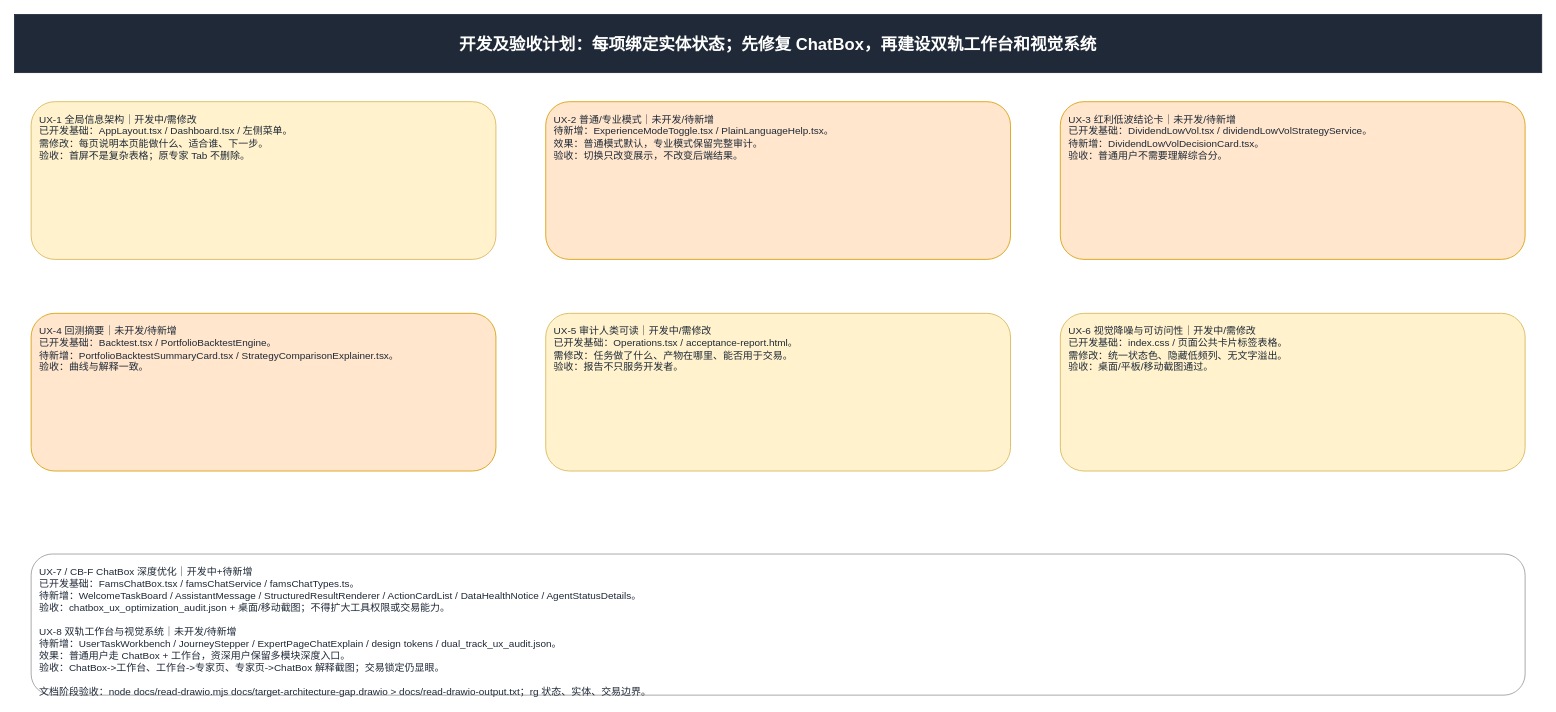
This is page "06 开发及验收计划" (6 of 8) of docs/target-architecture-gap.drawio from ljx418/FAMS, a draw.io file, before an edit. Source tidied: cells renumbered, new cells numbered last; positions are measured from the earlier drawing's top-left corner, leaving out a move shared by most shapes. Both pictures are drawn from the tidied source at 83%, with x=0, y=0 at pixel (14, 14).
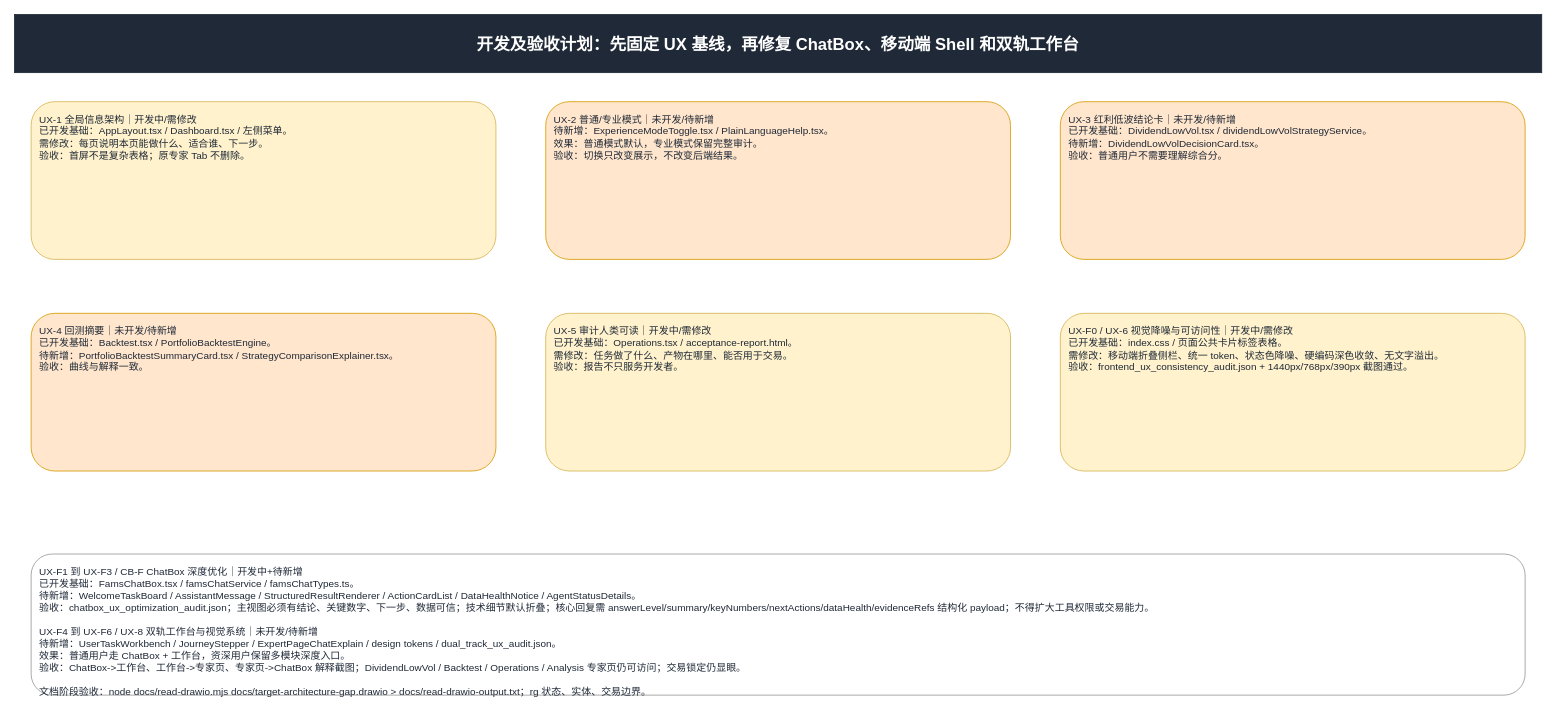
The same diagram, later.

What changed in the source:
```diff
@@
 <mxGraphModel>
   <root>
     <mxCell id="0" />
     <mxCell id="1" parent="0" />
-    <mxCell id="2" value="开发及验收计划：每项绑定实体状态；先修复 ChatBox，再建设双轨工作台和视觉系统" style="rounded=0;whiteSpace=wrap;html=1;fillColor=#1f2937;strokeColor=#1f2937;fontColor=#ffffff;fontStyle=1;fontSize=20;align=center;verticalAlign=middle;" parent="1" vertex="1">
+    <mxCell id="2" value="开发及验收计划：先固定 UX 基线，再修复 ChatBox、移动端 Shell 和双轨工作台" style="rounded=0;whiteSpace=wrap;html=1;fillColor=#1f2937;strokeColor=#1f2937;fontColor=#ffffff;fontStyle=1;fontSize=20;align=center;verticalAlign=middle;" parent="1" vertex="1">
       <mxGeometry width="1840" height="70" as="geometry" />
     </mxCell>
     <mxCell id="3" value="UX-1 全局信息架构｜开发中/需修改&#10;已开发基础：AppLayout.tsx / Dashboard.tsx / 左侧菜单。&#10;需修改：每页说明本页能做什么、适合谁、下一步。&#10;验收：首屏不是复杂表格；原专家 Tab 不删除。" style="rounded=1;whiteSpace=wrap;html=1;spacing=10;fontSize=12;align=left;verticalAlign=top;fillColor=#fff2cc;strokeColor=#d6b656;fontColor=#1f2937;" parent="1" vertex="1">
       <mxGeometry x="20" y="105" width="560" height="190" as="geometry" />
     </mxCell>
     <mxCell id="4" value="UX-2 普通/专业模式｜未开发/待新增&#10;待新增：ExperienceModeToggle.tsx / PlainLanguageHelp.tsx。&#10;效果：普通模式默认，专业模式保留完整审计。&#10;验收：切换只改变展示，不改变后端结果。" style="rounded=1;whiteSpace=wrap;html=1;spacing=10;fontSize=12;align=left;verticalAlign=top;fillColor=#ffe6cc;strokeColor=#d79b00;fontColor=#1f2937;" parent="1" vertex="1">
       <mxGeometry x="640" y="105" width="560" height="190" as="geometry" />
     </mxCell>
     <mxCell id="5" value="UX-3 红利低波结论卡｜未开发/待新增&#10;已开发基础：DividendLowVol.tsx / dividendLowVolStrategyService。&#10;待新增：DividendLowVolDecisionCard.tsx。&#10;验收：普通用户不需要理解综合分。" style="rounded=1;whiteSpace=wrap;html=1;spacing=10;fontSize=12;align=left;verticalAlign=top;fillColor=#ffe6cc;strokeColor=#d79b00;fontColor=#1f2937;" parent="1" vertex="1">
       <mxGeometry x="1260" y="105" width="560" height="190" as="geometry" />
     </mxCell>
     <mxCell id="6" value="UX-4 回测摘要｜未开发/待新增&#10;已开发基础：Backtest.tsx / PortfolioBacktestEngine。&#10;待新增：PortfolioBacktestSummaryCard.tsx / StrategyComparisonExplainer.tsx。&#10;验收：曲线与解释一致。" style="rounded=1;whiteSpace=wrap;html=1;spacing=10;fontSize=12;align=left;verticalAlign=top;fillColor=#ffe6cc;strokeColor=#d79b00;fontColor=#1f2937;" parent="1" vertex="1">
       <mxGeometry x="20" y="360" width="560" height="190" as="geometry" />
     </mxCell>
     <mxCell id="7" value="UX-5 审计人类可读｜开发中/需修改&#10;已开发基础：Operations.tsx / acceptance-report.html。&#10;需修改：任务做了什么、产物在哪里、能否用于交易。&#10;验收：报告不只服务开发者。" style="rounded=1;whiteSpace=wrap;html=1;spacing=10;fontSize=12;align=left;verticalAlign=top;fillColor=#fff2cc;strokeColor=#d6b656;fontColor=#1f2937;" parent="1" vertex="1">
       <mxGeometry x="640" y="360" width="560" height="190" as="geometry" />
     </mxCell>
-    <mxCell id="8" value="UX-6 视觉降噪与可访问性｜开发中/需修改&#10;已开发基础：index.css / 页面公共卡片标签表格。&#10;需修改：统一状态色、隐藏低频列、无文字溢出。&#10;验收：桌面/平板/移动截图通过。" style="rounded=1;whiteSpace=wrap;html=1;spacing=10;fontSize=12;align=left;verticalAlign=top;fillColor=#fff2cc;strokeColor=#d6b656;fontColor=#1f2937;" parent="1" vertex="1">
+    <mxCell id="8" value="UX-F0 / UX-6 视觉降噪与可访问性｜开发中/需修改&#10;已开发基础：index.css / 页面公共卡片标签表格。&#10;需修改：移动端折叠侧栏、统一 token、状态色降噪、硬编码深色收敛、无文字溢出。&#10;验收：frontend_ux_consistency_audit.json + 1440px/768px/390px 截图通过。" style="rounded=1;whiteSpace=wrap;html=1;spacing=10;fontSize=12;align=left;verticalAlign=top;fillColor=#fff2cc;strokeColor=#d6b656;fontColor=#1f2937;" parent="1" vertex="1">
       <mxGeometry x="1260" y="360" width="560" height="190" as="geometry" />
     </mxCell>
-    <mxCell id="9" value="UX-7 / CB-F ChatBox 深度优化｜开发中+待新增&#10;已开发基础：FamsChatBox.tsx / famsChatService / famsChatTypes.ts。&#10;待新增：WelcomeTaskBoard / AssistantMessage / StructuredResultRenderer / ActionCardList / DataHealthNotice / AgentStatusDetails。&#10;验收：chatbox_ux_optimization_audit.json + 桌面/移动截图；不得扩大工具权限或交易能力。&#10;&#10;UX-8 双轨工作台与视觉系统｜未开发/待新增&#10;待新增：UserTaskWorkbench / JourneyStepper / ExpertPageChatExplain / design tokens / dual_track_ux_audit.json。&#10;效果：普通用户走 ChatBox + 工作台，资深用户保留多模块深度入口。&#10;验收：ChatBox-&gt;工作台、工作台-&gt;专家页、专家页-&gt;ChatBox 解释截图；交易锁定仍显眼。&#10;&#10;文档阶段验收：node docs/read-drawio.mjs docs/target-architecture-gap.drawio &gt; docs/read-drawio-output.txt；rg 状态、实体、交易边界。" style="rounded=1;whiteSpace=wrap;html=1;spacing=10;fontSize=12;align=left;verticalAlign=top;fillColor=#ffffff;strokeColor=#999999;fontColor=#1f2937;" parent="1" vertex="1">
+    <mxCell id="9" value="UX-F1 到 UX-F3 / CB-F ChatBox 深度优化｜开发中+待新增&#10;已开发基础：FamsChatBox.tsx / famsChatService / famsChatTypes.ts。&#10;待新增：WelcomeTaskBoard / AssistantMessage / StructuredResultRenderer / ActionCardList / DataHealthNotice / AgentStatusDetails。&#10;验收：chatbox_ux_optimization_audit.json；主视图必须有结论、关键数字、下一步、数据可信；技术细节默认折叠；核心回复需 answerLevel/summary/keyNumbers/nextActions/dataHealth/evidenceRefs 结构化 payload；不得扩大工具权限或交易能力。&#10;&#10;UX-F4 到 UX-F6 / UX-8 双轨工作台与视觉系统｜未开发/待新增&#10;待新增：UserTaskWorkbench / JourneyStepper / ExpertPageChatExplain / design tokens / dual_track_ux_audit.json。&#10;效果：普通用户走 ChatBox + 工作台，资深用户保留多模块深度入口。&#10;验收：ChatBox-&gt;工作台、工作台-&gt;专家页、专家页-&gt;ChatBox 解释截图；DividendLowVol / Backtest / Operations / Analysis 专家页仍可访问；交易锁定仍显眼。&#10;&#10;文档阶段验收：node docs/read-drawio.mjs docs/target-architecture-gap.drawio &gt; docs/read-drawio-output.txt；rg 状态、实体、交易边界。" style="rounded=1;whiteSpace=wrap;html=1;spacing=10;fontSize=12;align=left;verticalAlign=top;fillColor=#ffffff;strokeColor=#999999;fontColor=#1f2937;" parent="1" vertex="1">
       <mxGeometry x="20" y="650" width="1800" height="170" as="geometry" />
     </mxCell>
   </root>
 </mxGraphModel>
```
